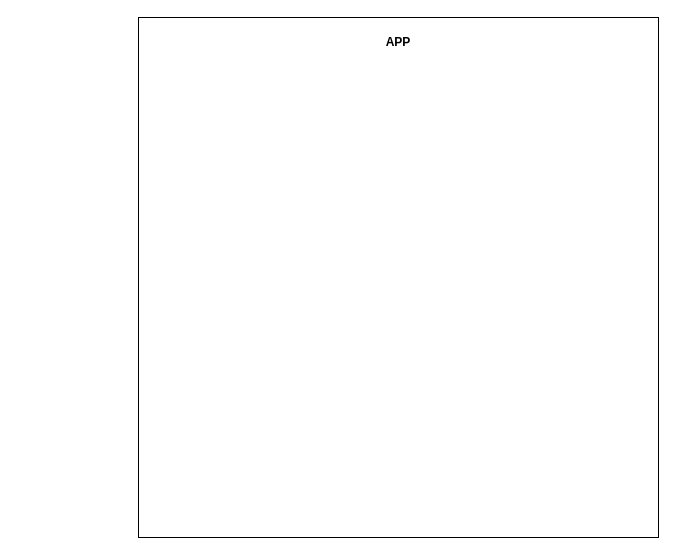
NiPaulYa/123124125 keeps this draw.io diagram as 1.drawio. Above is the earlier version. Source tidied: cells renumbered, new cells numbered last; positions are measured from the earlier drawing's top-left corner, leaving out a move shared by most shapes. Both pictures are drawn from the tidied source at 100%, with x=0, y=0 at pixel (138, 17).
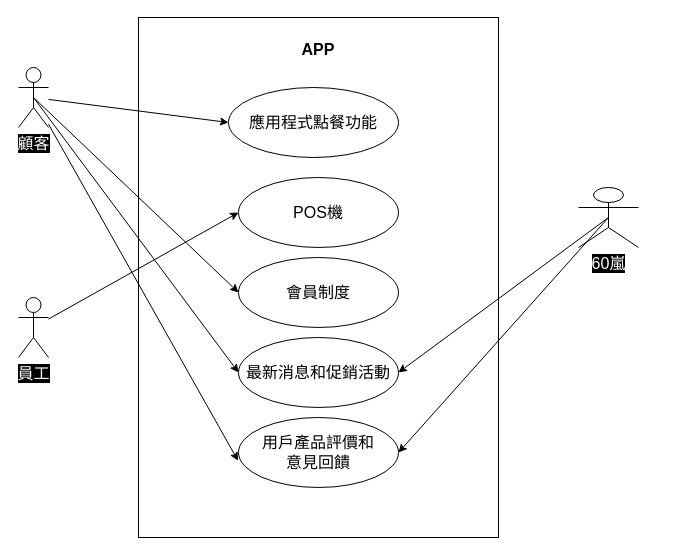
After the change.

The edit, as a diff of the source:
```diff
@@
 <mxGraphModel>
   <root>
     <mxCell id="0" />
     <mxCell id="1" parent="0" />
-    <mxCell id="2" value="&lt;p style=&quot;margin:0px;margin-top:4px;text-align:center;&quot;&gt;&lt;br&gt;&lt;b&gt;APP&lt;/b&gt;&lt;/p&gt;" style="verticalAlign=top;align=left;overflow=fill;fontSize=12;fontFamily=Helvetica;html=1;" parent="1" vertex="1">
-      <mxGeometry width="520" height="520" as="geometry" />
+    <mxCell id="2" value="&lt;p style=&quot;margin: 4px 0px 0px; text-align: center; font-size: 16px;&quot;&gt;&lt;br&gt;&lt;b&gt;APP&lt;/b&gt;&lt;/p&gt;" style="verticalAlign=top;align=left;overflow=fill;fontSize=12;fontFamily=Helvetica;html=1;" parent="1" vertex="1">
+      <mxGeometry width="360" height="520" as="geometry" />
     </mxCell>
+    <mxCell id="3" value="POS機" style="ellipse;whiteSpace=wrap;html=1;fontSize=16;" parent="1" vertex="1">
+      <mxGeometry x="100" y="160" width="160" height="70" as="geometry" />
+    </mxCell>
+    <mxCell id="4" value="會員制度" style="ellipse;whiteSpace=wrap;html=1;fontSize=16;" parent="1" vertex="1">
+      <mxGeometry x="100" y="240" width="160" height="70" as="geometry" />
+    </mxCell>
+    <mxCell id="5" value="最新消息和促銷活動" style="ellipse;whiteSpace=wrap;html=1;fontSize=16;" parent="1" vertex="1">
+      <mxGeometry x="100" y="320" width="160" height="70" as="geometry" />
+    </mxCell>
+    <mxCell id="6" value="用戶產品評價和&lt;br&gt;意見回饋" style="ellipse;whiteSpace=wrap;html=1;fontSize=16;" parent="1" vertex="1">
+      <mxGeometry x="100" y="400" width="160" height="70" as="geometry" />
+    </mxCell>
+    <mxCell id="7" style="edgeStyle=none;html=1;entryX=0;entryY=0.5;entryDx=0;entryDy=0;fontSize=16;fontColor=#FFFFFF;" parent="1" edge="1" source="11">
+      <mxGeometry relative="1" as="geometry">
+        <mxPoint x="90" y="105" as="targetPoint" />
+      </mxGeometry>
+    </mxCell>
+    <mxCell id="8" style="edgeStyle=none;html=1;exitX=0.5;exitY=0.5;exitDx=0;exitDy=0;exitPerimeter=0;entryX=0;entryY=0.5;entryDx=0;entryDy=0;fontSize=16;fontColor=#FFFFFF;" parent="1" edge="1" source="11" target="4">
+      <mxGeometry relative="1" as="geometry" />
+    </mxCell>
+    <mxCell id="9" style="edgeStyle=none;html=1;exitX=0.5;exitY=0.5;exitDx=0;exitDy=0;exitPerimeter=0;entryX=0;entryY=0.5;entryDx=0;entryDy=0;fontSize=16;fontColor=#FFFFFF;" parent="1" edge="1" source="11" target="5">
+      <mxGeometry relative="1" as="geometry" />
+    </mxCell>
+    <mxCell id="10" style="edgeStyle=none;html=1;entryX=-0.003;entryY=0.617;entryDx=0;entryDy=0;entryPerimeter=0;fontSize=16;fontColor=#FFFFFF;" parent="1" edge="1" source="11" target="6">
+      <mxGeometry relative="1" as="geometry" />
+    </mxCell>
+    <mxCell id="11" value="顧客" style="shape=umlActor;verticalLabelPosition=bottom;verticalAlign=top;html=1;labelBackgroundColor=#000000;fontSize=16;fontColor=#FFFFFF;" parent="1" vertex="1">
+      <mxGeometry x="-120" y="50" width="30" height="60" as="geometry" />
+    </mxCell>
+    <mxCell id="12" style="edgeStyle=none;html=1;entryX=0;entryY=0.5;entryDx=0;entryDy=0;fontSize=16;fontColor=#FFFFFF;" parent="1" edge="1" source="13" target="3">
+      <mxGeometry relative="1" as="geometry" />
+    </mxCell>
+    <mxCell id="13" value="員工" style="shape=umlActor;verticalLabelPosition=bottom;verticalAlign=top;html=1;labelBackgroundColor=#000000;fontSize=16;fontColor=#FFFFFF;" parent="1" vertex="1">
+      <mxGeometry x="-120" y="280" width="30" height="60" as="geometry" />
+    </mxCell>
+    <mxCell id="14" style="edgeStyle=none;html=1;exitX=0.5;exitY=0.5;exitDx=0;exitDy=0;exitPerimeter=0;entryX=1;entryY=0.5;entryDx=0;entryDy=0;fontSize=16;fontColor=#FFFFFF;" parent="1" edge="1" source="16" target="5">
+      <mxGeometry relative="1" as="geometry" />
+    </mxCell>
+    <mxCell id="15" style="edgeStyle=none;html=1;exitX=0.5;exitY=0.5;exitDx=0;exitDy=0;exitPerimeter=0;entryX=1;entryY=0.5;entryDx=0;entryDy=0;fontSize=16;fontColor=#FFFFFF;" parent="1" edge="1" source="16" target="6">
+      <mxGeometry relative="1" as="geometry" />
+    </mxCell>
+    <mxCell id="16" value="60嵐" style="shape=umlActor;verticalLabelPosition=bottom;verticalAlign=top;html=1;labelBackgroundColor=#000000;fontSize=16;fontColor=#FFFFFF;" parent="1" vertex="1">
+      <mxGeometry x="440" y="170" width="60" height="60" as="geometry" />
+    </mxCell>
+    <mxCell id="17" value="應用程式點餐功能" style="ellipse;whiteSpace=wrap;html=1;fontSize=16;" parent="1" vertex="1">
+      <mxGeometry x="90" y="70" width="170" height="70" as="geometry" />
+    </mxCell>
   </root>
 </mxGraphModel>
```
